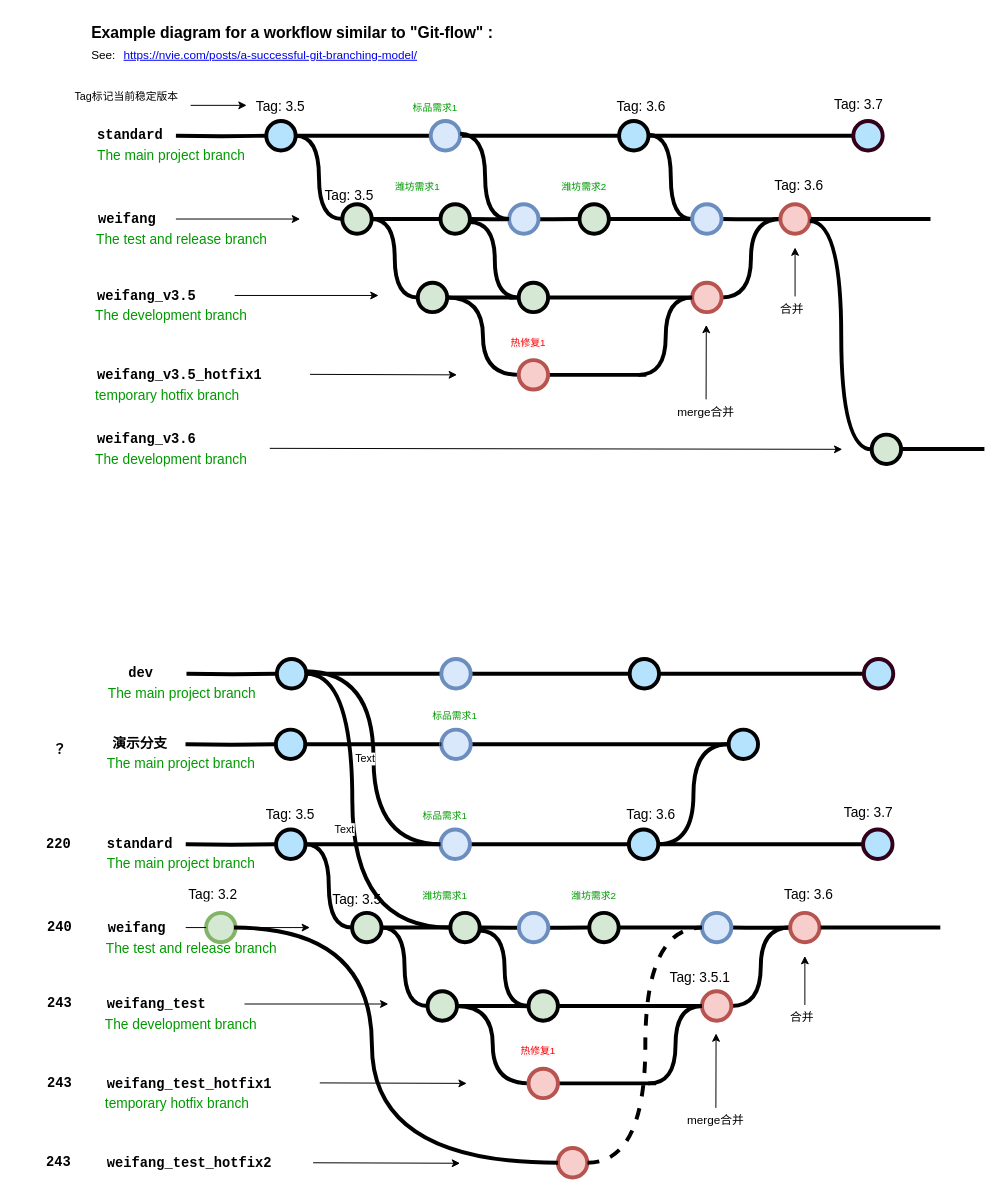
Earlier version of the draw.io diagram Untitled Diagram.drawio (jasoncen94/learngit). Source tidied: cells renumbered, new cells numbered last; positions are measured from the earlier drawing's top-left corner, leaving out a move shared by most shapes. Both pictures are drawn from the tidied source at 98%, with x=0, y=0 at pixel (21, 17).
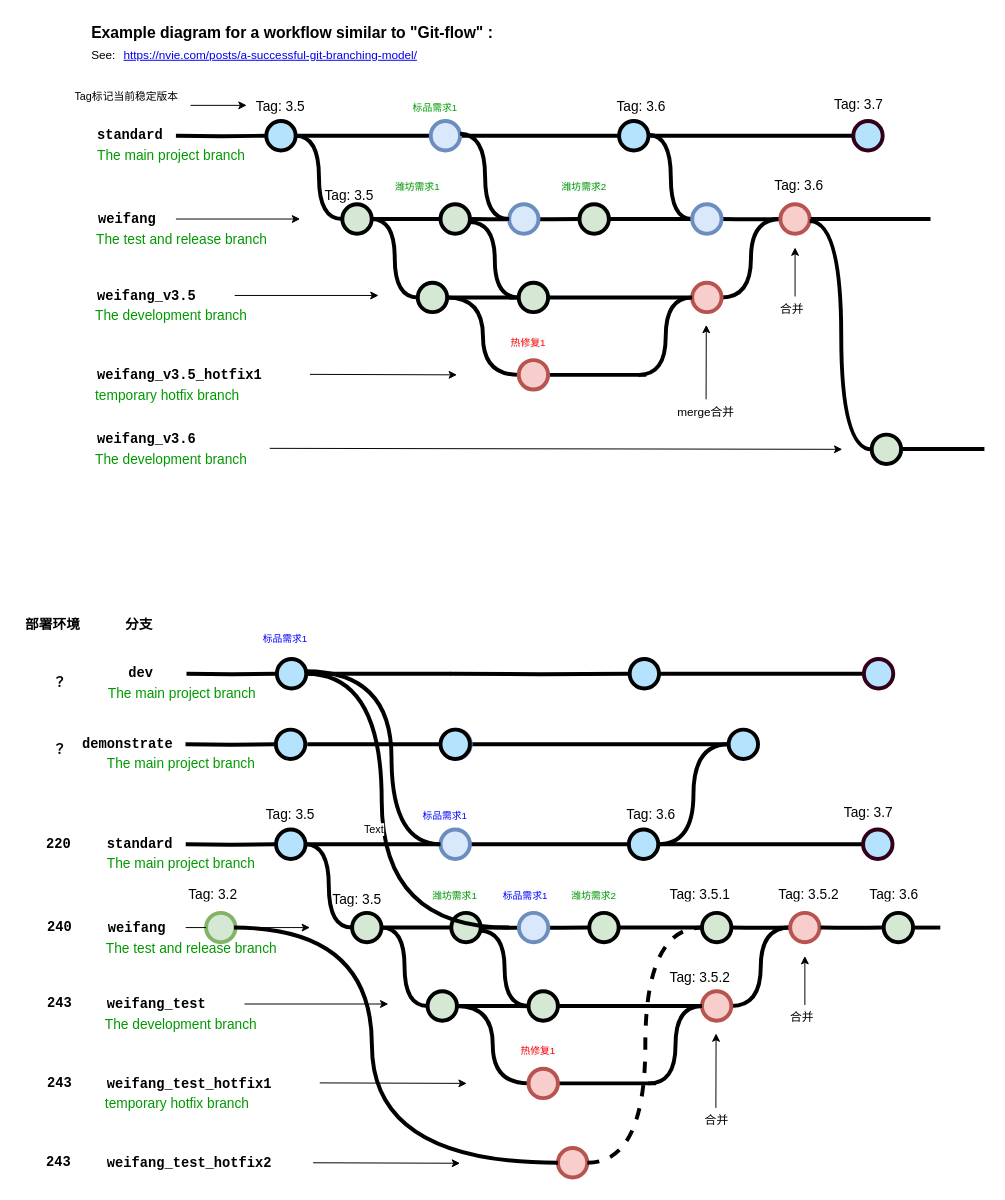
The same diagram, later.

Unchanged cells that the change refers to:
```xml
<mxCell id="118" style="verticalLabelPosition=bottom;verticalAlign=top;html=1;strokeWidth=4;shape=mxgraph.flowchart.on-page_reference;strokeColor=#6c8ebf;fillColor=#dae8fc;" parent="1" vertex="1">
  <mxGeometry x="428" y="829" width="30" height="30" as="geometry" />
</mxCell>
<mxCell id="143" style="verticalLabelPosition=bottom;verticalAlign=top;html=1;strokeWidth=4;shape=mxgraph.flowchart.on-page_reference;plain-blue;gradientColor=none;fillColor=#B5E3Fe;strokeColor=#000000;" parent="1" vertex="1">
  <mxGeometry x="260" y="727" width="30" height="30" as="geometry" />
</mxCell>
<mxCell id="155" style="verticalLabelPosition=bottom;verticalAlign=top;html=1;strokeWidth=4;shape=mxgraph.flowchart.on-page_reference;plain-blue;gradientColor=none;strokeColor=#000000;fillColor=#B5E3FE;" parent="1" vertex="1">
  <mxGeometry x="621" y="655" width="30" height="30" as="geometry" />
</mxCell>
```

Change to the diagram source:
```diff
@@
-    <mxCell id="120" value="&lt;font style=&quot;font-size: 10px&quot;&gt;标品需求1&lt;/font&gt;" style="text;html=1;strokeColor=none;fillColor=none;align=left;verticalAlign=middle;whiteSpace=wrap;overflow=hidden;fontSize=14;fontStyle=0;fontColor=#009900;" parent="1" vertex="1">
-      <mxGeometry x="408" y="803" width="161.8" height="20" as="geometry" />
+    <mxCell id="120" value="&lt;font style=&quot;font-size: 10px&quot; color=&quot;#0000ff&quot;&gt;标品需求1&lt;/font&gt;" style="text;html=1;strokeColor=none;fillColor=none;align=left;verticalAlign=middle;whiteSpace=wrap;overflow=hidden;fontSize=14;fontStyle=0;fontColor=#009900;" parent="1" vertex="1">
+      <mxGeometry x="408" y="803" width="60" height="20" as="geometry" />
     </mxCell>
     <mxCell id="121" value="&lt;span style=&quot;color: rgb(0 , 153 , 0) ; font-family: &amp;#34;helvetica&amp;#34; ; font-size: 10px ; font-style: normal ; font-weight: 400 ; letter-spacing: normal ; text-align: left ; text-indent: 0px ; text-transform: none ; word-spacing: 0px ; background-color: rgb(248 , 249 , 250) ; display: inline ; float: none&quot;&gt;潍坊需求1&lt;/span&gt;" style="text;whiteSpace=wrap;html=1;fontSize=10;" parent="1" vertex="1">
-      <mxGeometry x="408" y="884" width="80" height="30" as="geometry" />
+      <mxGeometry x="418.2" y="884" width="80" height="30" as="geometry" />
     </mxCell>
@@
     <mxCell id="123" style="verticalLabelPosition=bottom;verticalAlign=top;html=1;strokeWidth=4;shape=mxgraph.flowchart.on-page_reference;plain-purple;gradientColor=none;strokeColor=#000000;fillColor=#D5E8D4;" parent="1" vertex="1">
-      <mxGeometry x="438" y="914" width="30" height="30" as="geometry" />
+      <mxGeometry x="439" y="914" width="30" height="30" as="geometry" />
     </mxCell>
@@
-    <mxCell id="127" style="verticalLabelPosition=bottom;verticalAlign=top;html=1;strokeWidth=4;shape=mxgraph.flowchart.on-page_reference;strokeColor=#6c8ebf;fillColor=#dae8fc;" parent="1" vertex="1">
-      <mxGeometry x="694.8" y="914" width="30" height="30" as="geometry" />
-    </mxCell>
-    <mxCell id="128" style="edgeStyle=orthogonalEdgeStyle;curved=1;rounded=0;orthogonalLoop=1;jettySize=auto;html=1;endArrow=none;endFill=0;strokeWidth=4;fontFamily=Courier New;fontColor=#009900;" parent="1" edge="1">
+    <mxCell id="128" style="edgeStyle=orthogonalEdgeStyle;curved=1;rounded=0;jettySize=auto;html=1;endArrow=none;endFill=0;strokeWidth=4;fontFamily=Courier New;fontColor=#009900;startArrow=none;" parent="1" edge="1" source="182">
       <mxGeometry relative="1" as="geometry">
-        <mxPoint x="815.8" y="929" as="sourcePoint" />
         <mxPoint x="938" y="929" as="targetPoint" />
       </mxGeometry>
     </mxCell>
-    <mxCell id="129" value="&lt;span style=&quot;text-align: center&quot;&gt;merge合并&lt;br&gt;&lt;/span&gt;" style="text;html=1;strokeColor=none;fillColor=none;align=left;verticalAlign=middle;whiteSpace=wrap;overflow=hidden;fontSize=12;fontStyle=0;fontColor=#000000;" parent="1" vertex="1">
-      <mxGeometry x="678" y="1113" width="70" height="25" as="geometry" />
+    <mxCell id="129" value="&lt;span style=&quot;text-align: center&quot;&gt;合并&lt;br&gt;&lt;/span&gt;" style="text;html=1;strokeColor=none;fillColor=none;align=left;verticalAlign=middle;whiteSpace=wrap;overflow=hidden;fontSize=12;fontStyle=0;fontColor=#000000;" parent="1" vertex="1">
+      <mxGeometry x="696" y="1113" width="70" height="25" as="geometry" />
     </mxCell>
@@
-    <mxCell id="131" value="Tag: 3.6" style="text;html=1;strokeColor=none;fillColor=none;align=center;verticalAlign=middle;whiteSpace=wrap;overflow=hidden;fontSize=14;" parent="1" vertex="1">
+    <mxCell id="131" value="Tag: 3.5.2" style="text;html=1;strokeColor=none;fillColor=none;align=center;verticalAlign=middle;whiteSpace=wrap;overflow=hidden;fontSize=14;" parent="1" vertex="1">
       <mxGeometry x="749.2" y="884" width="110" height="20" as="geometry" />
     </mxCell>
@@
-    <mxCell id="133" value="Tag: 3.5.1" style="text;html=1;strokeColor=none;fillColor=none;align=center;verticalAlign=middle;whiteSpace=wrap;overflow=hidden;fontSize=14;" parent="1" vertex="1">
+    <mxCell id="133" value="Tag: 3.5.2" style="text;html=1;strokeColor=none;fillColor=none;align=center;verticalAlign=middle;whiteSpace=wrap;overflow=hidden;fontSize=14;" parent="1" vertex="1">
       <mxGeometry x="638" y="969" width="110" height="20" as="geometry" />
     </mxCell>
@@
-    <mxCell id="139" style="edgeStyle=orthogonalEdgeStyle;curved=1;rounded=0;jettySize=auto;html=1;endArrow=none;endFill=0;strokeWidth=4;fontFamily=Courier New;fontColor=#009900;entryX=0;entryY=0.5;entryDx=0;entryDy=0;entryPerimeter=0;dashed=1;" parent="1" edge="1" target="127">
+    <mxCell id="139" style="edgeStyle=orthogonalEdgeStyle;curved=1;rounded=0;orthogonalLoop=1;jettySize=auto;html=1;endArrow=none;endFill=0;strokeWidth=4;fontFamily=Courier New;fontColor=#009900;entryX=0;entryY=0.5;entryDx=0;entryDy=0;entryPerimeter=0;dashed=1;" parent="1" edge="1">
       <mxGeometry relative="1" as="geometry">
         <mxPoint x="578" y="1169" as="sourcePoint" />
+        <mxPoint x="694.8" y="929" as="targetPoint" />
         <Array as="points">
           <mxPoint x="637" y="1169" />
           <mxPoint x="637" y="929" />
         </Array>
       </mxGeometry>
     </mxCell>
@@
-    <mxCell id="142" style="edgeStyle=orthogonalEdgeStyle;rounded=0;html=1;jettySize=auto;plain-blue;endArrow=none;endFill=0;strokeWidth=4;strokeColor=#000000;" parent="1" edge="1" source="143">
-      <mxGeometry x="302" y="832" as="geometry">
-        <mxPoint x="437.8" y="742" as="targetPoint" />
+    <mxCell id="142" style="edgeStyle=orthogonalEdgeStyle;rounded=0;html=1;jettySize=auto;orthogonalLoop=1;plain-blue;endArrow=none;endFill=0;strokeWidth=4;strokeColor=#000000;" parent="1" edge="1">
+      <mxGeometry x="304" y="832" as="geometry">
+        <mxPoint x="292" y="742" as="sourcePoint" />
+        <mxPoint x="439.8" y="742" as="targetPoint" />
       </mxGeometry>
     </mxCell>
@@
-    <mxCell id="146" value="演示分支" style="text;html=1;strokeColor=none;fillColor=none;align=center;verticalAlign=middle;whiteSpace=wrap;overflow=hidden;fontSize=14;fontStyle=1;fontFamily=Courier New;" parent="1" vertex="1">
-      <mxGeometry x="83.8" y="721" width="75" height="42" as="geometry" />
+    <mxCell id="146" value="demonstrate" style="text;html=1;strokeColor=none;fillColor=none;align=center;verticalAlign=middle;whiteSpace=wrap;overflow=hidden;fontSize=14;fontStyle=1;fontFamily=Courier New;" parent="1" vertex="1">
+      <mxGeometry x="59" y="721" width="100" height="42" as="geometry" />
     </mxCell>
@@
-    <mxCell id="151" value="&lt;font style=&quot;font-size: 10px&quot;&gt;标品需求1&lt;/font&gt;" style="text;html=1;strokeColor=none;fillColor=none;align=left;verticalAlign=middle;whiteSpace=wrap;overflow=hidden;fontSize=14;fontStyle=0;fontColor=#009900;" parent="1" vertex="1">
-      <mxGeometry x="418" y="701" width="161.8" height="20" as="geometry" />
-    </mxCell>
@@
-    <mxCell id="160" style="edgeStyle=orthogonalEdgeStyle;rounded=0;jettySize=auto;html=1;fontSize=15;endArrow=none;endFill=0;strokeWidth=4;entryX=0;entryY=0.5;entryDx=0;entryDy=0;entryPerimeter=0;exitX=1;exitY=0.5;exitDx=0;exitDy=0;exitPerimeter=0;startArrow=none;" parent="1" edge="1" source="161" target="155">
-      <mxGeometry relative="1" as="geometry" />
+    <mxCell id="160" style="edgeStyle=orthogonalEdgeStyle;rounded=0;jettySize=auto;html=1;fontSize=15;endArrow=none;endFill=0;strokeWidth=4;entryX=0;entryY=0.5;entryDx=0;entryDy=0;entryPerimeter=0;startArrow=none;" parent="1" edge="1" target="155">
+      <mxGeometry relative="1" as="geometry">
+        <mxPoint x="438" y="670" as="sourcePoint" />
+      </mxGeometry>
     </mxCell>
-    <mxCell id="161" style="verticalLabelPosition=bottom;verticalAlign=top;html=1;strokeWidth=4;shape=mxgraph.flowchart.on-page_reference;strokeColor=#6c8ebf;fillColor=#dae8fc;" parent="1" vertex="1">
-      <mxGeometry x="428.8" y="655" width="30" height="30" as="geometry" />
-    </mxCell>
-    <mxCell id="162" style="edgeStyle=orthogonalEdgeStyle;rounded=0;jettySize=auto;html=1;fontSize=15;endArrow=none;endFill=0;strokeWidth=4;entryX=0;entryY=0.5;entryDx=0;entryDy=0;entryPerimeter=0;exitX=1;exitY=0.5;exitDx=0;exitDy=0;exitPerimeter=0;" parent="1" edge="1" target="161">
+    <mxCell id="162" style="edgeStyle=orthogonalEdgeStyle;rounded=0;orthogonalLoop=1;jettySize=auto;html=1;fontSize=15;endArrow=none;endFill=0;strokeWidth=4;entryX=0;entryY=0.5;entryDx=0;entryDy=0;entryPerimeter=0;exitX=1;exitY=0.5;exitDx=0;exitDy=0;exitPerimeter=0;" parent="1" edge="1">
       <mxGeometry relative="1" as="geometry">
         <mxPoint x="428.8" y="670" as="sourcePoint" />
+        <mxPoint x="428.8" y="670" as="targetPoint" />
       </mxGeometry>
     </mxCell>
@@
     <mxCell id="164" style="edgeStyle=orthogonalEdgeStyle;curved=1;rounded=0;html=1;exitX=1;exitY=0.5;exitPerimeter=0;endArrow=none;endFill=0;jettySize=auto;strokeWidth=4;fontSize=15;entryX=0;entryY=0.5;entryDx=0;entryDy=0;entryPerimeter=0;" parent="1" edge="1" target="118">
       <mxGeometry relative="1" as="geometry">
         <mxPoint x="290.2" y="667.5" as="sourcePoint" />
+        <Array as="points">
+          <mxPoint x="378" y="668" />
+          <mxPoint x="378" y="844" />
+        </Array>
       </mxGeometry>
     </mxCell>
-    <mxCell id="165" value="Text" style="edgeLabel;html=1;align=center;verticalAlign=middle;" parent="164" vertex="1">
-      <mxGeometry x="0.01" y="-9" relative="1" as="geometry" />
-    </mxCell>
-    <mxCell id="166" style="edgeStyle=orthogonalEdgeStyle;curved=1;rounded=0;html=1;exitX=1;exitY=0.5;exitPerimeter=0;endArrow=none;endFill=0;jettySize=auto;strokeWidth=4;fontSize=15;entryX=0;entryY=0.5;entryDx=0;entryDy=0;entryPerimeter=0;" parent="1" edge="1" target="123">
+    <mxCell id="166" style="edgeStyle=orthogonalEdgeStyle;curved=1;rounded=0;html=1;exitX=1;exitY=0.5;exitPerimeter=0;endArrow=none;endFill=0;jettySize=auto;orthogonalLoop=1;strokeWidth=4;fontSize=15;" parent="1" edge="1">
       <mxGeometry relative="1" as="geometry">
         <mxPoint x="291" y="670" as="sourcePoint" />
+        <mxPoint x="498" y="929" as="targetPoint" />
         <Array as="points">
-          <mxPoint x="338" y="670" />
-          <mxPoint x="338" y="929" />
+          <mxPoint x="368" y="670" />
+          <mxPoint x="368" y="929" />
         </Array>
       </mxGeometry>
     </mxCell>
@@
+    <mxCell id="174" value="？" style="text;html=1;strokeColor=none;fillColor=none;align=center;verticalAlign=middle;whiteSpace=wrap;overflow=hidden;fontSize=14;fontStyle=1;fontFamily=Courier New;" parent="1" vertex="1">
+      <mxGeometry x="1.8" y="659" width="75" height="42" as="geometry" />
+    </mxCell>
+    <mxCell id="175" value="部署环境" style="text;html=1;strokeColor=none;fillColor=none;align=center;verticalAlign=middle;whiteSpace=wrap;overflow=hidden;fontSize=14;fontStyle=1;fontFamily=Courier New;" parent="1" vertex="1">
+      <mxGeometry x="-4.8" y="600" width="75" height="42" as="geometry" />
+    </mxCell>
+    <mxCell id="176" value="分支" style="text;html=1;strokeColor=none;fillColor=none;align=center;verticalAlign=middle;whiteSpace=wrap;overflow=hidden;fontSize=14;fontStyle=1;fontFamily=Courier New;" parent="1" vertex="1">
+      <mxGeometry x="83" y="600" width="75" height="42" as="geometry" />
+    </mxCell>
+    <mxCell id="177" style="verticalLabelPosition=bottom;verticalAlign=top;html=1;strokeWidth=4;shape=mxgraph.flowchart.on-page_reference;plain-blue;gradientColor=none;fillColor=#B5E3Fe;strokeColor=#000000;" parent="1" vertex="1">
+      <mxGeometry x="428" y="727" width="30" height="30" as="geometry" />
+    </mxCell>
+    <mxCell id="178" value="&lt;font style=&quot;font-size: 10px&quot; color=&quot;#0000ff&quot;&gt;标品需求1&lt;/font&gt;" style="text;html=1;strokeColor=none;fillColor=none;align=left;verticalAlign=middle;whiteSpace=wrap;overflow=hidden;fontSize=14;fontStyle=0;fontColor=#009900;" parent="1" vertex="1">
+      <mxGeometry x="489.8" y="884" width="60" height="20" as="geometry" />
+    </mxCell>
+    <mxCell id="179" value="&lt;font style=&quot;font-size: 10px&quot; color=&quot;#0000ff&quot;&gt;标品需求1&lt;/font&gt;" style="text;html=1;strokeColor=none;fillColor=none;align=left;verticalAlign=middle;whiteSpace=wrap;overflow=hidden;fontSize=14;fontStyle=0;fontColor=#009900;" parent="1" vertex="1">
+      <mxGeometry x="245.2" y="622" width="60" height="20" as="geometry" />
+    </mxCell>
+    <mxCell id="180" style="verticalLabelPosition=bottom;verticalAlign=top;html=1;strokeWidth=4;shape=mxgraph.flowchart.on-page_reference;plain-purple;gradientColor=none;strokeColor=#000000;fillColor=#D5E8D4;" parent="1" vertex="1">
+      <mxGeometry x="694.8" y="914" width="30" height="30" as="geometry" />
+    </mxCell>
+    <mxCell id="181" value="Tag: 3.5.1" style="text;html=1;strokeColor=none;fillColor=none;align=center;verticalAlign=middle;whiteSpace=wrap;overflow=hidden;fontSize=14;" parent="1" vertex="1">
+      <mxGeometry x="638" y="884" width="110" height="20" as="geometry" />
+    </mxCell>
+    <mxCell id="182" style="verticalLabelPosition=bottom;verticalAlign=top;html=1;strokeWidth=4;shape=mxgraph.flowchart.on-page_reference;plain-purple;gradientColor=none;strokeColor=#000000;fillColor=#D5E8D4;" parent="1" vertex="1">
+      <mxGeometry x="880.2" y="914" width="30" height="30" as="geometry" />
+    </mxCell>
+    <mxCell id="183" style="edgeStyle=orthogonalEdgeStyle;curved=1;rounded=0;jettySize=auto;html=1;endArrow=none;endFill=0;strokeWidth=4;fontFamily=Courier New;fontColor=#009900;" parent="1" edge="1" target="182">
+      <mxGeometry relative="1" as="geometry">
+        <mxPoint x="815.8" y="929" as="sourcePoint" />
+      </mxGeometry>
+    </mxCell>
+    <mxCell id="184" value="Tag: 3.6" style="text;html=1;strokeColor=none;fillColor=none;align=center;verticalAlign=middle;whiteSpace=wrap;overflow=hidden;fontSize=14;" parent="1" vertex="1">
+      <mxGeometry x="836" y="884" width="110" height="20" as="geometry" />
+    </mxCell>
```
